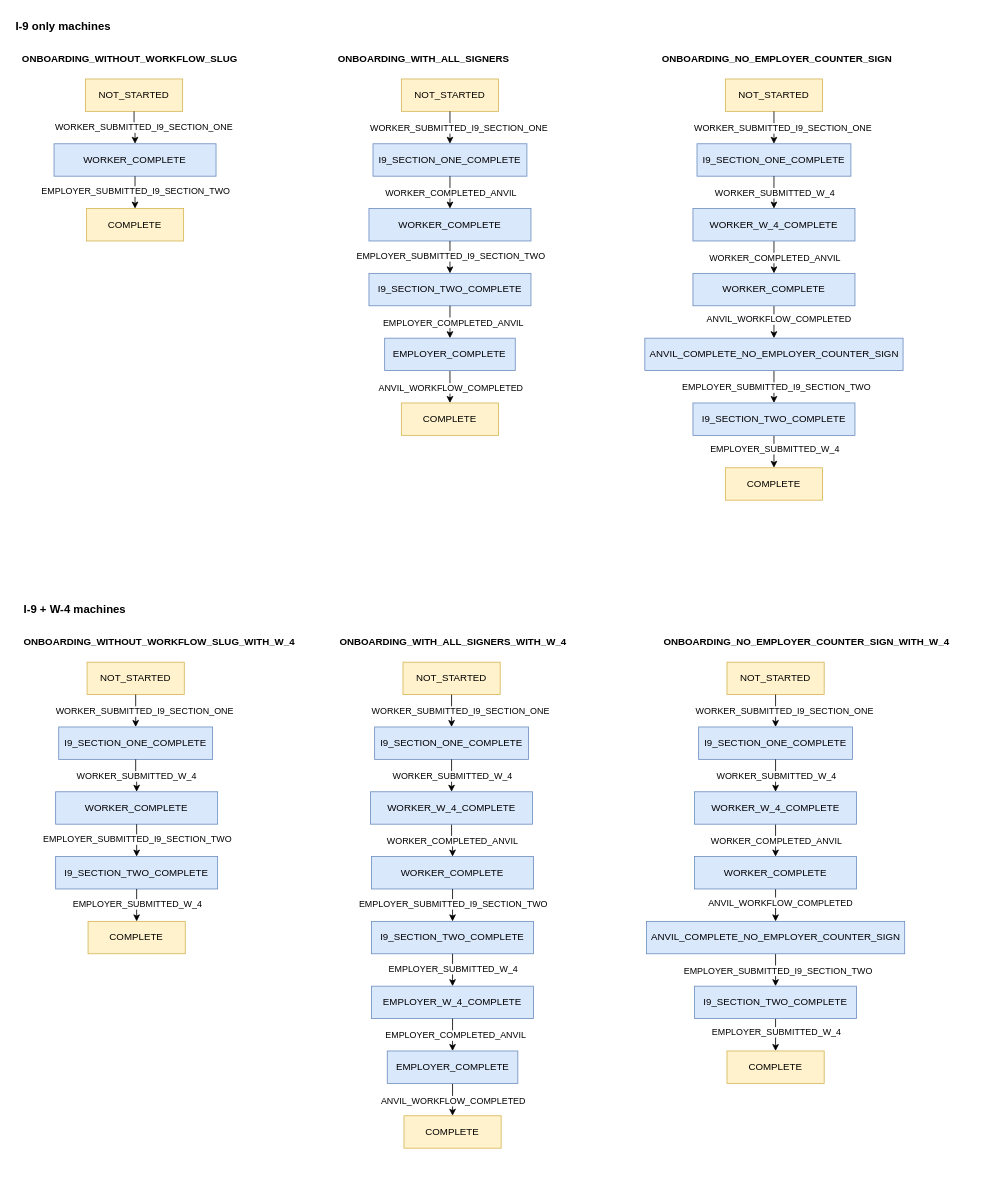
baldore/angelo keeps this draw.io diagram as state machines.drawio. Above is the earlier version. Source tidied: cells renumbered, new cells numbered last; positions are measured from the earlier drawing's top-left corner, leaving out a move shared by most shapes. Both pictures are drawn from the tidied source at 81%, with x=0, y=0 at pixel (14, 14).
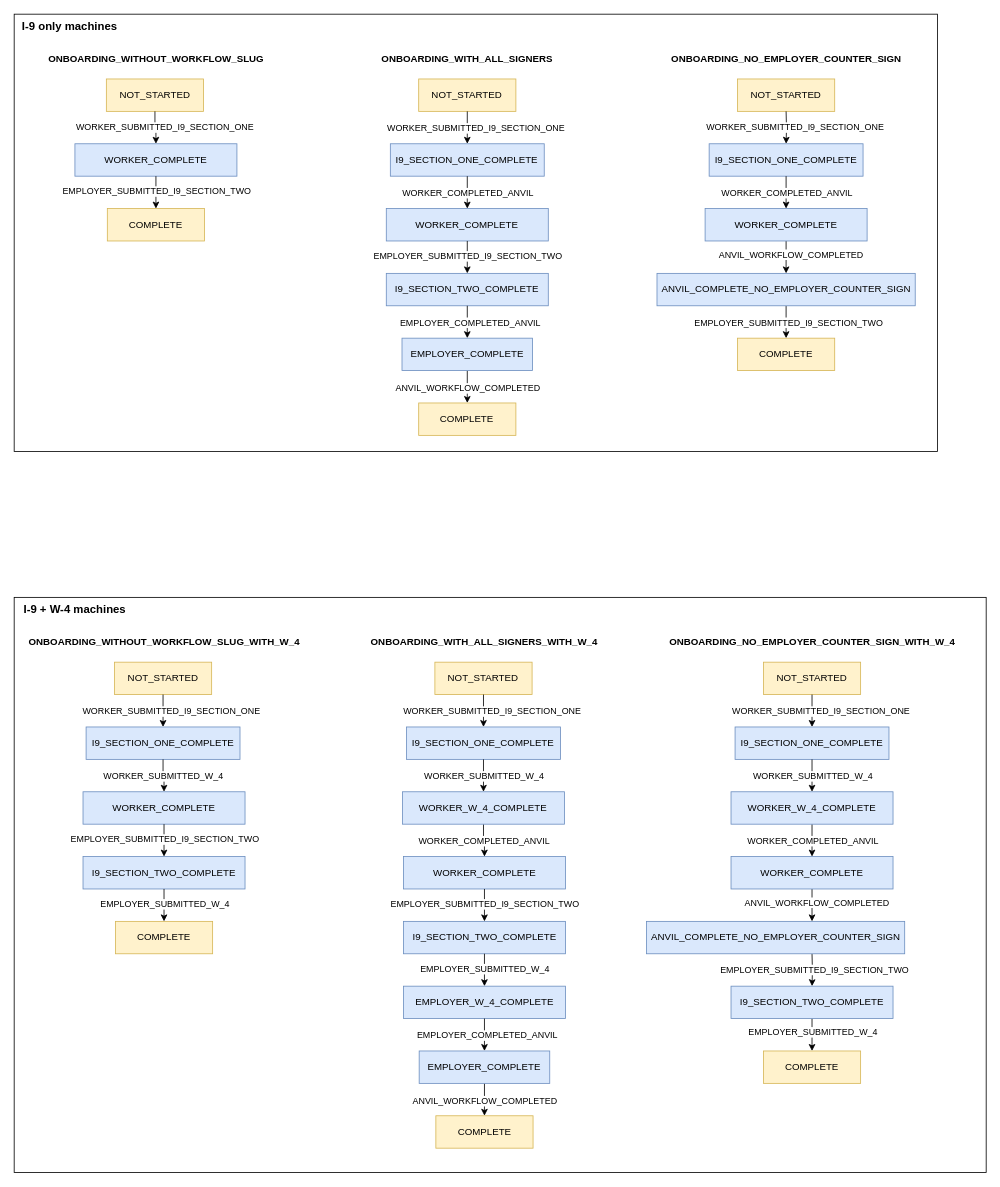
After the change.

Unchanged cells that the change refers to:
```xml
<mxCell id="56" value="ANVIL_COMPLETE_NO_EMPLOYER_COUNTER_SIGN" style="whiteSpace=wrap;html=1;fillColor=#dae8fc;strokeColor=#6c8ebf;" parent="1" vertex="1">
  <mxGeometry x="780.6" y="1120" width="318.8" height="40" as="geometry" />
</mxCell>
```

What changed in the source:
```diff
@@
+    <mxCell id="106" style="whiteSpace=wrap;html=1;" parent="1" vertex="1">
+      <mxGeometry y="720" width="1200" height="710" as="geometry" />
+    </mxCell>
+    <mxCell id="107" style="whiteSpace=wrap;html=1;" parent="1" vertex="1">
+      <mxGeometry width="1140" height="540" as="geometry" />
+    </mxCell>
@@
     <mxCell id="3" value="NOT_STARTED" style="whiteSpace=wrap;html=1;fillColor=#fff2cc;strokeColor=#d6b656;" parent="1" vertex="1">
-      <mxGeometry x="90" y="800" width="120" height="40" as="geometry" />
+      <mxGeometry x="123.8" y="800" width="120" height="40" as="geometry" />
     </mxCell>
     <mxCell id="4" value="COMPLETE" style="whiteSpace=wrap;html=1;fillColor=#fff2cc;strokeColor=#d6b656;" parent="1" vertex="1">
-      <mxGeometry x="91.2" y="1120" width="120" height="40" as="geometry" />
+      <mxGeometry x="125" y="1120" width="120" height="40" as="geometry" />
     </mxCell>
@@
     <mxCell id="7" value="I9_SECTION_ONE_COMPLETE" style="whiteSpace=wrap;html=1;fillColor=#dae8fc;strokeColor=#6c8ebf;" parent="1" vertex="1">
-      <mxGeometry x="55" y="880" width="190" height="40" as="geometry" />
+      <mxGeometry x="88.8" y="880" width="190" height="40" as="geometry" />
     </mxCell>
-    <mxCell id="8" value="&lt;div&gt;ONBOARDING_WITHOUT_WORKFLOW_SLUG_WITH_W_4&lt;/div&gt;" style="text;html=1;align=left;verticalAlign=middle;strokeColor=none;fillColor=none;fontStyle=1;fontSize=12;" parent="1" vertex="1">
+    <mxCell id="8" value="&lt;div&gt;ONBOARDING_WITHOUT_WORKFLOW_SLUG_WITH_W_4&lt;/div&gt;" style="text;html=1;align=center;verticalAlign=middle;strokeColor=none;fillColor=none;fontStyle=1;fontSize=12;" parent="1" vertex="1">
       <mxGeometry x="10" y="760" width="350" height="30" as="geometry" />
     </mxCell>
@@
     <mxCell id="11" value="WORKER_COMPLETE" style="whiteSpace=wrap;html=1;fillColor=#dae8fc;strokeColor=#6c8ebf;" parent="1" vertex="1">
-      <mxGeometry x="51.2" y="960" width="200" height="40" as="geometry" />
+      <mxGeometry x="85" y="960" width="200" height="40" as="geometry" />
     </mxCell>
@@
     <mxCell id="14" value="I9_SECTION_TWO_COMPLETE" style="whiteSpace=wrap;html=1;fillColor=#dae8fc;strokeColor=#6c8ebf;" parent="1" vertex="1">
-      <mxGeometry x="51.2" y="1040" width="200" height="40" as="geometry" />
+      <mxGeometry x="85" y="1040" width="200" height="40" as="geometry" />
     </mxCell>
@@
     <mxCell id="17" value="NOT_STARTED" style="whiteSpace=wrap;html=1;fillColor=#fff2cc;strokeColor=#d6b656;" parent="1" vertex="1">
-      <mxGeometry x="480" y="800" width="120" height="40" as="geometry" />
+      <mxGeometry x="519.4" y="800" width="120" height="40" as="geometry" />
     </mxCell>
     <mxCell id="18" value="COMPLETE" style="whiteSpace=wrap;html=1;fillColor=#fff2cc;strokeColor=#d6b656;" parent="1" vertex="1">
-      <mxGeometry x="481.2" y="1360" width="120" height="40" as="geometry" />
+      <mxGeometry x="520.6" y="1360" width="120" height="40" as="geometry" />
     </mxCell>
@@
     <mxCell id="21" value="I9_SECTION_ONE_COMPLETE" style="whiteSpace=wrap;html=1;fillColor=#dae8fc;strokeColor=#6c8ebf;" parent="1" vertex="1">
-      <mxGeometry x="445" y="880" width="190" height="40" as="geometry" />
+      <mxGeometry x="484.4" y="880" width="190" height="40" as="geometry" />
     </mxCell>
-    <mxCell id="22" value="ONBOARDING_WITH_ALL_SIGNERS_WITH_W_4" style="text;html=1;align=left;verticalAlign=middle;strokeColor=none;fillColor=none;fontStyle=1;fontSize=12;" parent="1" vertex="1">
-      <mxGeometry x="400" y="760" width="300" height="30" as="geometry" />
+    <mxCell id="22" value="ONBOARDING_WITH_ALL_SIGNERS_WITH_W_4" style="text;html=1;align=center;verticalAlign=middle;strokeColor=none;fillColor=none;fontStyle=1;fontSize=12;" parent="1" vertex="1">
+      <mxGeometry x="430" y="760" width="300" height="30" as="geometry" />
     </mxCell>
@@
     <mxCell id="27" value="WORKER_W_4_COMPLETE" style="whiteSpace=wrap;html=1;fillColor=#dae8fc;strokeColor=#6c8ebf;" parent="1" vertex="1">
-      <mxGeometry x="440" y="960" width="200" height="40" as="geometry" />
+      <mxGeometry x="479.4" y="960" width="200" height="40" as="geometry" />
     </mxCell>
     <mxCell id="28" value="WORKER_COMPLETE" style="whiteSpace=wrap;html=1;fillColor=#dae8fc;strokeColor=#6c8ebf;" parent="1" vertex="1">
-      <mxGeometry x="441.2" y="1040" width="200" height="40" as="geometry" />
+      <mxGeometry x="480.6" y="1040" width="200" height="40" as="geometry" />
     </mxCell>
@@
     <mxCell id="31" value="I9_SECTION_TWO_COMPLETE" style="whiteSpace=wrap;html=1;fillColor=#dae8fc;strokeColor=#6c8ebf;" parent="1" vertex="1">
-      <mxGeometry x="441.2" y="1120" width="200" height="40" as="geometry" />
+      <mxGeometry x="480.6" y="1120" width="200" height="40" as="geometry" />
     </mxCell>
@@
     <mxCell id="34" value="EMPLOYER_W_4_COMPLETE" style="whiteSpace=wrap;html=1;fillColor=#dae8fc;strokeColor=#6c8ebf;" parent="1" vertex="1">
-      <mxGeometry x="441.2" y="1200" width="200" height="40" as="geometry" />
+      <mxGeometry x="480.6" y="1200" width="200" height="40" as="geometry" />
     </mxCell>
@@
     <mxCell id="39" value="EMPLOYER_COMPLETE" style="whiteSpace=wrap;html=1;fillColor=#dae8fc;strokeColor=#6c8ebf;" parent="1" vertex="1">
-      <mxGeometry x="460.6" y="1280" width="161.2" height="40" as="geometry" />
+      <mxGeometry x="500" y="1280" width="161.2" height="40" as="geometry" />
     </mxCell>
     <mxCell id="40" value="NOT_STARTED" style="whiteSpace=wrap;html=1;fillColor=#fff2cc;strokeColor=#d6b656;" parent="1" vertex="1">
-      <mxGeometry x="880" y="800" width="120" height="40" as="geometry" />
+      <mxGeometry x="925" y="800" width="120" height="40" as="geometry" />
     </mxCell>
     <mxCell id="41" value="COMPLETE" style="whiteSpace=wrap;html=1;fillColor=#fff2cc;strokeColor=#d6b656;" parent="1" vertex="1">
-      <mxGeometry x="880" y="1280" width="120" height="40" as="geometry" />
+      <mxGeometry x="925" y="1280" width="120" height="40" as="geometry" />
     </mxCell>
@@
     <mxCell id="44" value="I9_SECTION_ONE_COMPLETE" style="whiteSpace=wrap;html=1;fillColor=#dae8fc;strokeColor=#6c8ebf;" parent="1" vertex="1">
-      <mxGeometry x="845" y="880" width="190" height="40" as="geometry" />
+      <mxGeometry x="890" y="880" width="190" height="40" as="geometry" />
     </mxCell>
-    <mxCell id="45" value="ONBOARDING_NO_EMPLOYER_COUNTER_SIGN_WITH_W_4" style="text;html=1;align=left;verticalAlign=middle;strokeColor=none;fillColor=none;fontStyle=1;fontSize=12;" parent="1" vertex="1">
+    <mxCell id="45" value="ONBOARDING_NO_EMPLOYER_COUNTER_SIGN_WITH_W_4" style="text;html=1;align=center;verticalAlign=middle;strokeColor=none;fillColor=none;fontStyle=1;fontSize=12;" parent="1" vertex="1">
       <mxGeometry x="800" y="760" width="370" height="30" as="geometry" />
     </mxCell>
@@
     <mxCell id="50" value="WORKER_W_4_COMPLETE" style="whiteSpace=wrap;html=1;fillColor=#dae8fc;strokeColor=#6c8ebf;" parent="1" vertex="1">
-      <mxGeometry x="840" y="960" width="200" height="40" as="geometry" />
+      <mxGeometry x="885" y="960" width="200" height="40" as="geometry" />
     </mxCell>
-    <mxCell id="51" style="edgeStyle=orthogonalEdgeStyle;rounded=0;jettySize=auto;html=1;entryX=0.5;entryY=0;entryDx=0;entryDy=0;" parent="1" edge="1" source="53" target="56">
-      <mxGeometry relative="1" as="geometry" />
+    <mxCell id="51" style="edgeStyle=orthogonalEdgeStyle;rounded=0;jettySize=auto;html=1;entryX=0.5;entryY=0;entryDx=0;entryDy=0;" parent="1" edge="1" source="53">
+      <mxGeometry relative="1" as="geometry">
+        <mxPoint x="985" y="1120" as="targetPoint" />
+      </mxGeometry>
     </mxCell>
@@
     <mxCell id="53" value="WORKER_COMPLETE" style="whiteSpace=wrap;html=1;fillColor=#dae8fc;strokeColor=#6c8ebf;" parent="1" vertex="1">
-      <mxGeometry x="840" y="1040" width="200" height="40" as="geometry" />
+      <mxGeometry x="885" y="1040" width="200" height="40" as="geometry" />
     </mxCell>
-    <mxCell id="54" style="edgeStyle=orthogonalEdgeStyle;rounded=0;jettySize=auto;html=1;entryX=0.5;entryY=0;entryDx=0;entryDy=0;" parent="1" edge="1" source="56" target="59">
-      <mxGeometry relative="1" as="geometry" />
+    <mxCell id="54" style="edgeStyle=orthogonalEdgeStyle;rounded=0;jettySize=auto;html=1;entryX=0.5;entryY=0;entryDx=0;entryDy=0;" parent="1" edge="1" target="59">
+      <mxGeometry relative="1" as="geometry">
+        <mxPoint x="985" y="1160" as="sourcePoint" />
+      </mxGeometry>
     </mxCell>
@@
     <mxCell id="59" value="I9_SECTION_TWO_COMPLETE" style="whiteSpace=wrap;html=1;fillColor=#dae8fc;strokeColor=#6c8ebf;" parent="1" vertex="1">
-      <mxGeometry x="840" y="1200" width="200" height="40" as="geometry" />
+      <mxGeometry x="885" y="1200" width="200" height="40" as="geometry" />
     </mxCell>
     <mxCell id="60" value="NOT_STARTED" style="whiteSpace=wrap;html=1;fillColor=#fff2cc;strokeColor=#d6b656;" parent="1" vertex="1">
-      <mxGeometry x="88" y="80" width="120" height="40" as="geometry" />
+      <mxGeometry x="113.8" y="80" width="120" height="40" as="geometry" />
     </mxCell>
     <mxCell id="61" value="COMPLETE" style="whiteSpace=wrap;html=1;fillColor=#fff2cc;strokeColor=#d6b656;" parent="1" vertex="1">
-      <mxGeometry x="89.2" y="240" width="120" height="40" as="geometry" />
+      <mxGeometry x="115" y="240" width="120" height="40" as="geometry" />
     </mxCell>
@@
-    <mxCell id="64" value="ONBOARDING_WITHOUT_WORKFLOW_SLUG" style="text;html=1;align=left;verticalAlign=middle;strokeColor=none;fillColor=none;fontStyle=1;fontSize=12;" parent="1" vertex="1">
-      <mxGeometry x="8" y="40" width="290" height="30" as="geometry" />
+    <mxCell id="64" value="ONBOARDING_WITHOUT_WORKFLOW_SLUG" style="text;html=1;align=center;verticalAlign=middle;strokeColor=none;fillColor=none;fontStyle=1;fontSize=12;" parent="1" vertex="1">
+      <mxGeometry x="30" y="40" width="290" height="30" as="geometry" />
     </mxCell>
     <mxCell id="65" value="WORKER_COMPLETE" style="whiteSpace=wrap;html=1;fillColor=#dae8fc;strokeColor=#6c8ebf;" parent="1" vertex="1">
-      <mxGeometry x="49.2" y="160" width="200" height="40" as="geometry" />
+      <mxGeometry x="75" y="160" width="200" height="40" as="geometry" />
     </mxCell>
@@
     <mxCell id="68" value="NOT_STARTED" style="whiteSpace=wrap;html=1;fillColor=#fff2cc;strokeColor=#d6b656;" parent="1" vertex="1">
-      <mxGeometry x="478" y="80" width="120" height="40" as="geometry" />
+      <mxGeometry x="499.4" y="80" width="120" height="40" as="geometry" />
     </mxCell>
     <mxCell id="69" value="COMPLETE" style="whiteSpace=wrap;html=1;fillColor=#fff2cc;strokeColor=#d6b656;" parent="1" vertex="1">
-      <mxGeometry x="478" y="480" width="120" height="40" as="geometry" />
+      <mxGeometry x="499.4" y="480" width="120" height="40" as="geometry" />
     </mxCell>
@@
     <mxCell id="72" value="I9_SECTION_ONE_COMPLETE" style="whiteSpace=wrap;html=1;fillColor=#dae8fc;strokeColor=#6c8ebf;" parent="1" vertex="1">
-      <mxGeometry x="443" y="160" width="190" height="40" as="geometry" />
+      <mxGeometry x="464.4" y="160" width="190" height="40" as="geometry" />
     </mxCell>
-    <mxCell id="73" value="ONBOARDING_WITH_ALL_SIGNERS" style="text;html=1;align=left;verticalAlign=middle;strokeColor=none;fillColor=none;fontStyle=1;fontSize=12;" parent="1" vertex="1">
-      <mxGeometry x="398" y="40" width="230" height="30" as="geometry" />
+    <mxCell id="73" value="ONBOARDING_WITH_ALL_SIGNERS" style="text;html=1;align=center;verticalAlign=middle;strokeColor=none;fillColor=none;fontStyle=1;fontSize=12;" parent="1" vertex="1">
+      <mxGeometry x="444.4" y="40" width="230" height="30" as="geometry" />
     </mxCell>
@@
     <mxCell id="76" value="WORKER_COMPLETE" style="whiteSpace=wrap;html=1;fillColor=#dae8fc;strokeColor=#6c8ebf;" parent="1" vertex="1">
-      <mxGeometry x="438" y="240" width="200" height="40" as="geometry" />
+      <mxGeometry x="459.4" y="240" width="200" height="40" as="geometry" />
     </mxCell>
@@
     <mxCell id="79" value="I9_SECTION_TWO_COMPLETE" style="whiteSpace=wrap;html=1;fillColor=#dae8fc;strokeColor=#6c8ebf;" parent="1" vertex="1">
-      <mxGeometry x="438" y="320" width="200" height="40" as="geometry" />
+      <mxGeometry x="459.4" y="320" width="200" height="40" as="geometry" />
     </mxCell>
@@
     <mxCell id="84" value="EMPLOYER_COMPLETE" style="whiteSpace=wrap;html=1;fillColor=#dae8fc;strokeColor=#6c8ebf;" parent="1" vertex="1">
-      <mxGeometry x="457.4" y="400" width="161.2" height="40" as="geometry" />
+      <mxGeometry x="478.8" y="400" width="161.2" height="40" as="geometry" />
     </mxCell>
     <mxCell id="85" value="NOT_STARTED" style="whiteSpace=wrap;html=1;fillColor=#fff2cc;strokeColor=#d6b656;" parent="1" vertex="1">
-      <mxGeometry x="878" y="80" width="120" height="40" as="geometry" />
+      <mxGeometry x="893" y="80" width="120" height="40" as="geometry" />
     </mxCell>
     <mxCell id="86" value="COMPLETE" style="whiteSpace=wrap;html=1;fillColor=#fff2cc;strokeColor=#d6b656;" parent="1" vertex="1">
-      <mxGeometry x="878" y="560" width="120" height="40" as="geometry" />
+      <mxGeometry x="893" y="400" width="120" height="40" as="geometry" />
     </mxCell>
-    <mxCell id="87" style="edgeStyle=orthogonalEdgeStyle;rounded=0;jettySize=auto;html=1;entryX=0.5;entryY=0;entryDx=0;entryDy=0;exitX=0.5;exitY=1;exitDx=0;exitDy=0;" parent="1" edge="1" source="85" target="89">
-      <mxGeometry relative="1" as="geometry" />
+    <mxCell id="87" style="edgeStyle=orthogonalEdgeStyle;rounded=0;jettySize=auto;html=1;entryX=0.5;entryY=0;entryDx=0;entryDy=0;exitX=0.5;exitY=1;exitDx=0;exitDy=0;" parent="1" edge="1" target="89">
+      <mxGeometry relative="1" as="geometry">
+        <mxPoint x="953" y="120" as="sourcePoint" />
+      </mxGeometry>
     </mxCell>
@@
     <mxCell id="89" value="I9_SECTION_ONE_COMPLETE" style="whiteSpace=wrap;html=1;fillColor=#dae8fc;strokeColor=#6c8ebf;" parent="1" vertex="1">
-      <mxGeometry x="843" y="160" width="190" height="40" as="geometry" />
+      <mxGeometry x="858" y="160" width="190" height="40" as="geometry" />
     </mxCell>
-    <mxCell id="90" value="ONBOARDING_NO_EMPLOYER_COUNTER_SIGN" style="text;html=1;align=left;verticalAlign=middle;strokeColor=none;fillColor=none;fontStyle=1;fontSize=12;" parent="1" vertex="1">
+    <mxCell id="90" value="ONBOARDING_NO_EMPLOYER_COUNTER_SIGN" style="text;html=1;align=center;verticalAlign=middle;strokeColor=none;fillColor=none;fontStyle=1;fontSize=12;" parent="1" vertex="1">
       <mxGeometry x="798" y="40" width="310" height="30" as="geometry" />
     </mxCell>
-    <mxCell id="91" style="edgeStyle=orthogonalEdgeStyle;rounded=0;jettySize=auto;html=1;exitX=0.5;exitY=1;exitDx=0;exitDy=0;" parent="1" edge="1" source="89" target="95">
-      <mxGeometry relative="1" as="geometry" />
-    </mxCell>
-    <mxCell id="92" value="WORKER_SUBMITTED_W_4" style="edgeLabel;html=1;align=center;verticalAlign=middle;" parent="91" vertex="1">
-      <mxGeometry x="-0.2" y="-2" relative="1" as="geometry">
-        <mxPoint x="2" y="4" as="offset" />
-      </mxGeometry>
-    </mxCell>
-    <mxCell id="93" style="edgeStyle=orthogonalEdgeStyle;rounded=0;jettySize=auto;html=1;entryX=0.5;entryY=0;entryDx=0;entryDy=0;" parent="1" edge="1" source="95" target="98">
+    <mxCell id="93" style="edgeStyle=orthogonalEdgeStyle;rounded=0;jettySize=auto;html=1;entryX=0.5;entryY=0;entryDx=0;entryDy=0;exitX=0.5;exitY=1;exitDx=0;exitDy=0;" parent="1" edge="1" source="89" target="98">
       <mxGeometry relative="1" as="geometry" />
     </mxCell>
@@
-    <mxCell id="95" value="WORKER_W_4_COMPLETE" style="whiteSpace=wrap;html=1;fillColor=#dae8fc;strokeColor=#6c8ebf;" parent="1" vertex="1">
-      <mxGeometry x="838" y="240" width="200" height="40" as="geometry" />
-    </mxCell>
@@
     <mxCell id="98" value="WORKER_COMPLETE" style="whiteSpace=wrap;html=1;fillColor=#dae8fc;strokeColor=#6c8ebf;" parent="1" vertex="1">
-      <mxGeometry x="838" y="320" width="200" height="40" as="geometry" />
+      <mxGeometry x="853" y="240" width="200" height="40" as="geometry" />
     </mxCell>
-    <mxCell id="99" style="edgeStyle=orthogonalEdgeStyle;rounded=0;jettySize=auto;html=1;entryX=0.5;entryY=0;entryDx=0;entryDy=0;" parent="1" edge="1" source="101" target="104">
+    <mxCell id="99" style="edgeStyle=orthogonalEdgeStyle;rounded=0;jettySize=auto;html=1;entryX=0.5;entryY=0;entryDx=0;entryDy=0;" parent="1" edge="1" source="101" target="86">
       <mxGeometry relative="1" as="geometry" />
     </mxCell>
@@
     <mxCell id="101" value="ANVIL_COMPLETE_NO_EMPLOYER_COUNTER_SIGN" style="whiteSpace=wrap;html=1;fillColor=#dae8fc;strokeColor=#6c8ebf;" parent="1" vertex="1">
-      <mxGeometry x="778.6" y="400" width="318.8" height="40" as="geometry" />
+      <mxGeometry x="793.6" y="320" width="318.8" height="40" as="geometry" />
     </mxCell>
-    <mxCell id="102" style="edgeStyle=orthogonalEdgeStyle;rounded=0;jettySize=auto;html=1;entryX=0.5;entryY=0;entryDx=0;entryDy=0;" parent="1" edge="1" source="104" target="86">
-      <mxGeometry relative="1" as="geometry" />
-    </mxCell>
-    <mxCell id="103" value="EMPLOYER_SUBMITTED_W_4" style="edgeLabel;html=1;align=center;verticalAlign=middle;" parent="102" vertex="1">
-      <mxGeometry x="-0.19" relative="1" as="geometry" />
-    </mxCell>
-    <mxCell id="104" value="I9_SECTION_TWO_COMPLETE" style="whiteSpace=wrap;html=1;fillColor=#dae8fc;strokeColor=#6c8ebf;" parent="1" vertex="1">
-      <mxGeometry x="838" y="480" width="200" height="40" as="geometry" />
-    </mxCell>
     <mxCell id="105" value="I-9 only machines" style="text;html=1;align=left;verticalAlign=middle;strokeColor=none;fillColor=none;fontStyle=1;fontSize=14;" parent="1" vertex="1">
-      <mxGeometry width="130" height="30" as="geometry" />
+      <mxGeometry x="8" width="130" height="30" as="geometry" />
     </mxCell>
```
